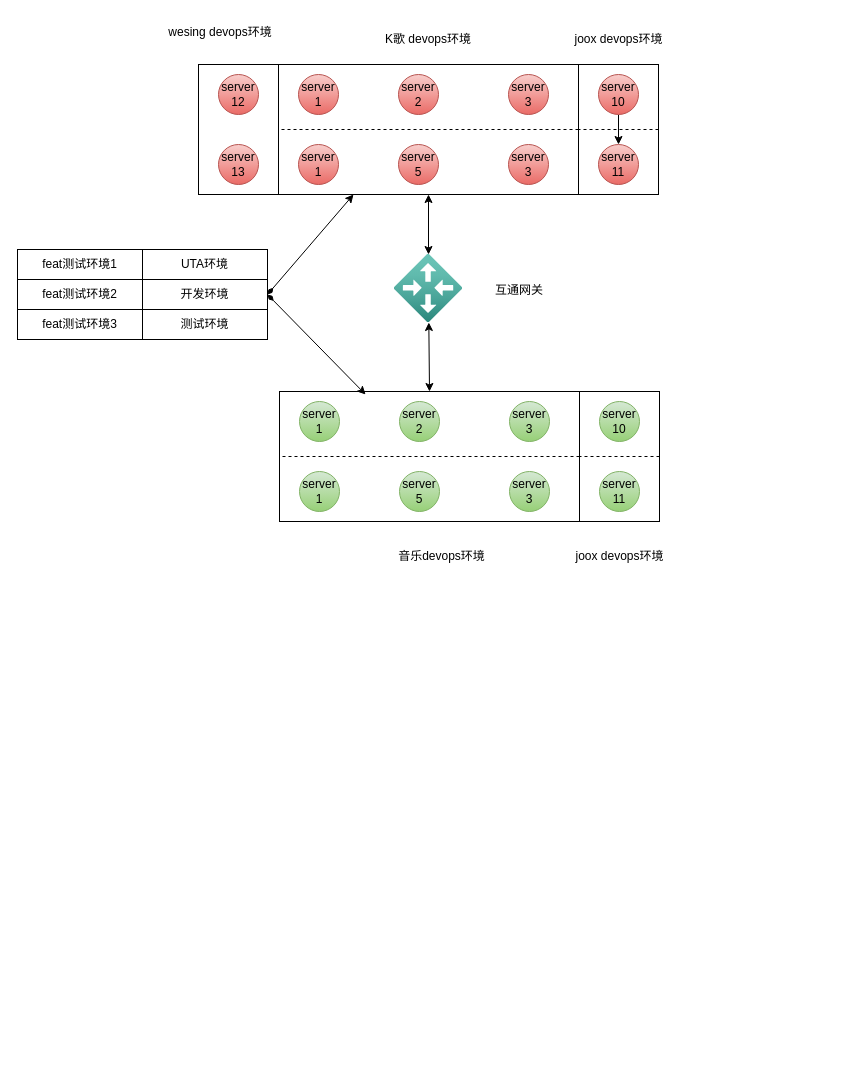
The draw.io diagram page "joox测试环境" (5 of 6) of sidecar.drawio in xinguai/asmshare, before the edit. Source tidied: cells renumbered, new cells numbered last; positions are measured from the earlier drawing's top-left corner, leaving out a move shared by most shapes. Both pictures are drawn from the tidied source at 100%, with x=0, y=0 at pixel (17, 17).
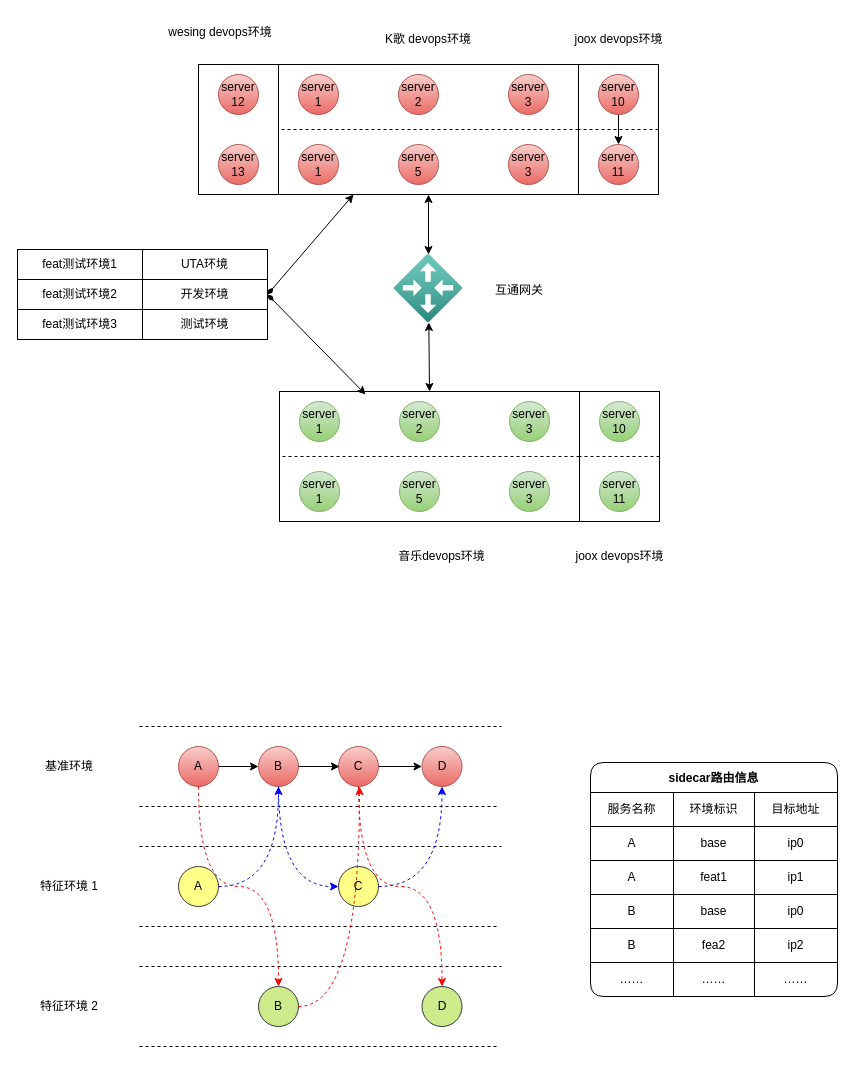
After the change.

What changed in the source:
```diff
@@
     <mxCell id="29" style="group;" parent="1" vertex="1">
-      <mxGeometry x="442" y="579" width="300" height="130" as="geometry" />
+      <mxGeometry x="442" y="579" width="300" height="90" as="geometry" />
     </mxCell>
@@
+    <mxCell id="54" style="group;" parent="1" vertex="1">
+      <mxGeometry x="22" y="709" width="462" height="80" as="geometry" />
+    </mxCell>
+    <mxCell id="55" style="edgeStyle=none;rounded=0;jettySize=auto;html=1;exitX=1;exitY=0.5;exitDx=0;exitDy=0;entryX=0;entryY=0.5;entryDx=0;entryDy=0;endArrow=classic;endFill=1;elbow=vertical;" parent="54" edge="1" source="56" target="57">
+      <mxGeometry relative="1" as="geometry" />
+    </mxCell>
+    <mxCell id="56" value="A" style="ellipse;whiteSpace=wrap;html=1;fillColor=#f8cecc;gradientColor=#ea6b66;strokeColor=#b85450;" parent="54" vertex="1">
+      <mxGeometry x="139" y="20" width="40" height="40" as="geometry" />
+    </mxCell>
+    <mxCell id="57" value="B" style="ellipse;whiteSpace=wrap;html=1;fillColor=#f8cecc;gradientColor=#ea6b66;strokeColor=#b85450;" parent="54" vertex="1">
+      <mxGeometry x="219" y="20" width="40" height="40" as="geometry" />
+    </mxCell>
+    <mxCell id="58" style="edgeStyle=none;rounded=0;jettySize=auto;html=1;exitX=1;exitY=0.5;exitDx=0;exitDy=0;entryX=0;entryY=0.5;entryDx=0;entryDy=0;endArrow=classic;endFill=1;elbow=vertical;" parent="54" edge="1" source="59" target="60">
+      <mxGeometry relative="1" as="geometry" />
+    </mxCell>
+    <mxCell id="59" value="C" style="ellipse;whiteSpace=wrap;html=1;fillColor=#f8cecc;gradientColor=#ea6b66;strokeColor=#b85450;" parent="54" vertex="1">
+      <mxGeometry x="299" y="20" width="40" height="40" as="geometry" />
+    </mxCell>
+    <mxCell id="60" value="D" style="ellipse;whiteSpace=wrap;html=1;fillColor=#f8cecc;gradientColor=#ea6b66;strokeColor=#b85450;" parent="54" vertex="1">
+      <mxGeometry x="382.5" y="20" width="40" height="40" as="geometry" />
+    </mxCell>
+    <mxCell id="61" style="edgeStyle=none;orthogonalLoop=1;jettySize=auto;html=1;rounded=0;endArrow=none;endFill=0;elbow=vertical;dashed=1;" parent="54" edge="1">
+      <mxGeometry relative="1" as="geometry">
+        <mxPoint x="100" as="sourcePoint" />
+        <mxPoint x="462" as="targetPoint" />
+      </mxGeometry>
+    </mxCell>
+    <mxCell id="62" style="edgeStyle=none;orthogonalLoop=1;jettySize=auto;html=1;rounded=0;endArrow=none;endFill=0;elbow=vertical;dashed=1;" parent="54" edge="1">
+      <mxGeometry relative="1" as="geometry">
+        <mxPoint x="100" y="80" as="sourcePoint" />
+        <mxPoint x="460" y="80" as="targetPoint" />
+      </mxGeometry>
+    </mxCell>
+    <mxCell id="63" value="基准环境" style="text;html=1;strokeColor=none;fillColor=none;align=center;verticalAlign=middle;whiteSpace=wrap;rounded=0;strokeWidth=1;" parent="54" vertex="1">
+      <mxGeometry y="25" width="60" height="30" as="geometry" />
+    </mxCell>
+    <mxCell id="64" style="group;" parent="1" vertex="1">
+      <mxGeometry x="22" y="829" width="462" height="80" as="geometry" />
+    </mxCell>
+    <mxCell id="65" value="A" style="ellipse;whiteSpace=wrap;html=1;fillColor=#ffff88;strokeColor=#36393d;" parent="64" vertex="1">
+      <mxGeometry x="139" y="20" width="40" height="40" as="geometry" />
+    </mxCell>
+    <mxCell id="66" value="C" style="ellipse;whiteSpace=wrap;html=1;fillColor=#ffff88;strokeColor=#36393d;" parent="64" vertex="1">
+      <mxGeometry x="299" y="20" width="40" height="40" as="geometry" />
+    </mxCell>
+    <mxCell id="67" style="edgeStyle=none;orthogonalLoop=1;jettySize=auto;html=1;rounded=0;endArrow=none;endFill=0;elbow=vertical;dashed=1;" parent="64" edge="1">
+      <mxGeometry relative="1" as="geometry">
+        <mxPoint x="100" as="sourcePoint" />
+        <mxPoint x="462" as="targetPoint" />
+      </mxGeometry>
+    </mxCell>
+    <mxCell id="68" style="edgeStyle=none;orthogonalLoop=1;jettySize=auto;html=1;rounded=0;endArrow=none;endFill=0;elbow=vertical;dashed=1;" parent="64" edge="1">
+      <mxGeometry relative="1" as="geometry">
+        <mxPoint x="100" y="80" as="sourcePoint" />
+        <mxPoint x="460" y="80" as="targetPoint" />
+      </mxGeometry>
+    </mxCell>
+    <mxCell id="69" value="特征环境 1" style="text;html=1;strokeColor=none;fillColor=none;align=center;verticalAlign=middle;whiteSpace=wrap;rounded=0;strokeWidth=1;" parent="64" vertex="1">
+      <mxGeometry y="25" width="60" height="30" as="geometry" />
+    </mxCell>
+    <mxCell id="70" style="group;" parent="1" vertex="1">
+      <mxGeometry x="22" y="949" width="462" height="80" as="geometry" />
+    </mxCell>
+    <mxCell id="71" value="B" style="ellipse;whiteSpace=wrap;html=1;fillColor=#cdeb8b;strokeColor=#36393d;" parent="70" vertex="1">
+      <mxGeometry x="219" y="20" width="40" height="40" as="geometry" />
+    </mxCell>
+    <mxCell id="72" value="D" style="ellipse;whiteSpace=wrap;html=1;fillColor=#cdeb8b;strokeColor=#36393d;" parent="70" vertex="1">
+      <mxGeometry x="382.5" y="20" width="40" height="40" as="geometry" />
+    </mxCell>
+    <mxCell id="73" style="edgeStyle=none;orthogonalLoop=1;jettySize=auto;html=1;rounded=0;endArrow=none;endFill=0;elbow=vertical;dashed=1;" parent="70" edge="1">
+      <mxGeometry relative="1" as="geometry">
+        <mxPoint x="100" as="sourcePoint" />
+        <mxPoint x="462" as="targetPoint" />
+      </mxGeometry>
+    </mxCell>
+    <mxCell id="74" style="edgeStyle=none;orthogonalLoop=1;jettySize=auto;html=1;rounded=0;endArrow=none;endFill=0;elbow=vertical;dashed=1;" parent="70" edge="1">
+      <mxGeometry relative="1" as="geometry">
+        <mxPoint x="100" y="80" as="sourcePoint" />
+        <mxPoint x="460" y="80" as="targetPoint" />
+      </mxGeometry>
+    </mxCell>
+    <mxCell id="75" value="特征环境 2" style="text;html=1;strokeColor=none;fillColor=none;align=center;verticalAlign=middle;whiteSpace=wrap;rounded=0;strokeWidth=1;" parent="70" vertex="1">
+      <mxGeometry y="25" width="60" height="30" as="geometry" />
+    </mxCell>
+    <mxCell id="76" style="edgeStyle=none;rounded=0;jettySize=auto;html=1;exitX=1;exitY=0.5;exitDx=0;exitDy=0;endArrow=classic;endFill=1;elbow=vertical;" parent="1" edge="1" source="57">
+      <mxGeometry relative="1" as="geometry">
+        <mxPoint x="322" y="749" as="targetPoint" />
+      </mxGeometry>
+    </mxCell>
+    <mxCell id="77" style="edgeStyle=orthogonalEdgeStyle;curved=1;rounded=0;jettySize=auto;html=1;exitX=1;exitY=0.5;exitDx=0;exitDy=0;entryX=0.5;entryY=1;entryDx=0;entryDy=0;endArrow=classic;endFill=1;elbow=vertical;fillColor=#ffff88;strokeColor=#0000FF;strokeWidth=1;dashed=1;" parent="1" edge="1" source="65" target="57">
+      <mxGeometry relative="1" as="geometry" />
+    </mxCell>
+    <mxCell id="78" style="edgeStyle=orthogonalEdgeStyle;curved=1;rounded=0;jettySize=auto;html=1;exitX=1;exitY=0.5;exitDx=0;exitDy=0;dashed=1;endArrow=classic;endFill=1;elbow=vertical;strokeColor=#FF0000;" parent="1" edge="1" source="71">
+      <mxGeometry relative="1" as="geometry">
+        <mxPoint x="342" y="769" as="targetPoint" />
+      </mxGeometry>
+    </mxCell>
+    <mxCell id="79" style="edgeStyle=orthogonalEdgeStyle;curved=1;rounded=0;jettySize=auto;html=1;exitX=0.5;exitY=1;exitDx=0;exitDy=0;entryX=0;entryY=0.5;entryDx=0;entryDy=0;dashed=1;endArrow=classic;endFill=1;elbow=vertical;strokeColor=#0000FF;" parent="1" edge="1" source="57" target="66">
+      <mxGeometry relative="1" as="geometry" />
+    </mxCell>
+    <mxCell id="80" style="edgeStyle=orthogonalEdgeStyle;curved=1;rounded=0;jettySize=auto;html=1;exitX=0.5;exitY=1;exitDx=0;exitDy=0;dashed=1;endArrow=classic;endFill=1;elbow=vertical;strokeColor=#FF0000;" parent="1" edge="1" source="59" target="72">
+      <mxGeometry relative="1" as="geometry" />
+    </mxCell>
+    <mxCell id="81" style="edgeStyle=orthogonalEdgeStyle;curved=1;rounded=0;jettySize=auto;html=1;exitX=0.5;exitY=1;exitDx=0;exitDy=0;dashed=1;endArrow=classic;endFill=1;elbow=vertical;strokeColor=#FF0000;" parent="1" edge="1" source="56" target="71">
+      <mxGeometry relative="1" as="geometry" />
+    </mxCell>
+    <mxCell id="82" style="edgeStyle=orthogonalEdgeStyle;curved=1;rounded=0;jettySize=auto;html=1;exitX=1;exitY=0.5;exitDx=0;exitDy=0;entryX=0.5;entryY=1;entryDx=0;entryDy=0;dashed=1;strokeColor=#0000FF;strokeWidth=1;endArrow=classic;endFill=1;elbow=vertical;" parent="1" edge="1" source="66" target="60">
+      <mxGeometry relative="1" as="geometry" />
+    </mxCell>
+    <mxCell id="83" value="sidecar路由信息" style="shape=table;startSize=30;childLayout=tableLayout;fontStyle=1;align=center;rounded=1;strokeColor=#000000;strokeWidth=1;fillColor=#FFFFFF;rowLines=1;resizeLastRow=0;" parent="1" vertex="1">
+      <mxGeometry x="573" y="745" width="247" height="234" as="geometry" />
+    </mxCell>
+    <mxCell id="84" style="shape=tableRow;horizontal=0;startSize=0;swimlaneHead=0;swimlaneBody=0;top=0;left=0;bottom=0;right=0;fillColor=none;rounded=1;strokeColor=#000000;strokeWidth=1;" parent="83" vertex="1">
+      <mxGeometry y="30" width="247" height="34" as="geometry" />
+    </mxCell>
+    <mxCell id="85" value="服务名称" style="shape=partialRectangle;html=1;whiteSpace=wrap;fillColor=none;top=0;left=0;bottom=0;right=0;overflow=hidden;rounded=1;strokeColor=#000000;strokeWidth=1;" parent="84" vertex="1">
+      <mxGeometry width="83" height="34" as="geometry" />
+    </mxCell>
+    <mxCell id="86" value="环境标识" style="shape=partialRectangle;html=1;whiteSpace=wrap;fillColor=none;top=0;left=0;bottom=0;right=0;overflow=hidden;rounded=1;strokeColor=#000000;strokeWidth=1;" parent="84" vertex="1">
+      <mxGeometry x="83" width="81" height="34" as="geometry" />
+    </mxCell>
+    <mxCell id="87" value="目标地址" style="shape=partialRectangle;html=1;whiteSpace=wrap;fillColor=none;top=0;left=0;bottom=0;right=0;overflow=hidden;rounded=1;strokeColor=#000000;strokeWidth=1;" parent="84" vertex="1">
+      <mxGeometry x="164" width="83" height="34" as="geometry" />
+    </mxCell>
+    <mxCell id="88" style="shape=tableRow;horizontal=0;startSize=0;swimlaneHead=0;swimlaneBody=0;top=0;left=0;bottom=0;right=0;fillColor=none;rounded=1;strokeColor=#000000;strokeWidth=1;" parent="83" vertex="1">
+      <mxGeometry y="64" width="247" height="34" as="geometry" />
+    </mxCell>
+    <mxCell id="89" value="A" style="shape=partialRectangle;html=1;whiteSpace=wrap;fillColor=none;top=0;left=0;bottom=0;right=0;overflow=hidden;rounded=1;strokeColor=#000000;strokeWidth=1;" parent="88" vertex="1">
+      <mxGeometry width="83" height="34" as="geometry" />
+    </mxCell>
+    <mxCell id="90" value="base" style="shape=partialRectangle;html=1;whiteSpace=wrap;fillColor=none;top=0;left=0;bottom=0;right=0;overflow=hidden;rounded=1;strokeColor=#000000;strokeWidth=1;" parent="88" vertex="1">
+      <mxGeometry x="83" width="81" height="34" as="geometry" />
+    </mxCell>
+    <mxCell id="91" value="ip0" style="shape=partialRectangle;html=1;whiteSpace=wrap;fillColor=none;top=0;left=0;bottom=0;right=0;overflow=hidden;rounded=1;strokeColor=#000000;strokeWidth=1;" parent="88" vertex="1">
+      <mxGeometry x="164" width="83" height="34" as="geometry" />
+    </mxCell>
+    <mxCell id="92" style="shape=tableRow;horizontal=0;startSize=0;swimlaneHead=0;swimlaneBody=0;top=0;left=0;bottom=0;right=0;fillColor=none;rounded=1;strokeColor=#000000;strokeWidth=1;" parent="83" vertex="1">
+      <mxGeometry y="98" width="247" height="34" as="geometry" />
+    </mxCell>
+    <mxCell id="93" value="A" style="shape=partialRectangle;html=1;whiteSpace=wrap;fillColor=none;top=0;left=0;bottom=0;right=0;overflow=hidden;rounded=1;strokeColor=#000000;strokeWidth=1;" parent="92" vertex="1">
+      <mxGeometry width="83" height="34" as="geometry" />
+    </mxCell>
+    <mxCell id="94" value="feat1" style="shape=partialRectangle;html=1;whiteSpace=wrap;fillColor=none;top=0;left=0;bottom=0;right=0;overflow=hidden;rounded=1;strokeColor=#000000;strokeWidth=1;" parent="92" vertex="1">
+      <mxGeometry x="83" width="81" height="34" as="geometry" />
+    </mxCell>
+    <mxCell id="95" value="ip1" style="shape=partialRectangle;html=1;whiteSpace=wrap;fillColor=none;top=0;left=0;bottom=0;right=0;overflow=hidden;rounded=1;strokeColor=#000000;strokeWidth=1;" parent="92" vertex="1">
+      <mxGeometry x="164" width="83" height="34" as="geometry" />
+    </mxCell>
+    <mxCell id="96" style="shape=tableRow;horizontal=0;startSize=0;swimlaneHead=0;swimlaneBody=0;top=0;left=0;bottom=0;right=0;fillColor=none;rounded=1;strokeColor=#000000;strokeWidth=1;" parent="83" vertex="1">
+      <mxGeometry y="132" width="247" height="34" as="geometry" />
+    </mxCell>
+    <mxCell id="97" value="B" style="shape=partialRectangle;html=1;whiteSpace=wrap;fillColor=none;top=0;left=0;bottom=0;right=0;overflow=hidden;rounded=1;strokeColor=#000000;strokeWidth=1;" parent="96" vertex="1">
+      <mxGeometry width="83" height="34" as="geometry" />
+    </mxCell>
+    <mxCell id="98" value="base" style="shape=partialRectangle;html=1;whiteSpace=wrap;fillColor=none;top=0;left=0;bottom=0;right=0;overflow=hidden;rounded=1;strokeColor=#000000;strokeWidth=1;" parent="96" vertex="1">
+      <mxGeometry x="83" width="81" height="34" as="geometry" />
+    </mxCell>
+    <mxCell id="99" value="ip0" style="shape=partialRectangle;html=1;whiteSpace=wrap;fillColor=none;top=0;left=0;bottom=0;right=0;overflow=hidden;rounded=1;strokeColor=#000000;strokeWidth=1;" parent="96" vertex="1">
+      <mxGeometry x="164" width="83" height="34" as="geometry" />
+    </mxCell>
+    <mxCell id="100" style="shape=tableRow;horizontal=0;startSize=0;swimlaneHead=0;swimlaneBody=0;top=0;left=0;bottom=0;right=0;fillColor=none;rounded=1;strokeColor=#000000;strokeWidth=1;" parent="83" vertex="1">
+      <mxGeometry y="166" width="247" height="34" as="geometry" />
+    </mxCell>
+    <mxCell id="101" value="B" style="shape=partialRectangle;html=1;whiteSpace=wrap;fillColor=none;top=0;left=0;bottom=0;right=0;overflow=hidden;rounded=1;strokeColor=#000000;strokeWidth=1;" parent="100" vertex="1">
+      <mxGeometry width="83" height="34" as="geometry" />
+    </mxCell>
+    <mxCell id="102" value="fea2" style="shape=partialRectangle;html=1;whiteSpace=wrap;fillColor=none;top=0;left=0;bottom=0;right=0;overflow=hidden;rounded=1;strokeColor=#000000;strokeWidth=1;" parent="100" vertex="1">
+      <mxGeometry x="83" width="81" height="34" as="geometry" />
+    </mxCell>
+    <mxCell id="103" value="ip2" style="shape=partialRectangle;html=1;whiteSpace=wrap;fillColor=none;top=0;left=0;bottom=0;right=0;overflow=hidden;rounded=1;strokeColor=#000000;strokeWidth=1;" parent="100" vertex="1">
+      <mxGeometry x="164" width="83" height="34" as="geometry" />
+    </mxCell>
+    <mxCell id="104" style="shape=tableRow;horizontal=0;startSize=0;swimlaneHead=0;swimlaneBody=0;top=0;left=0;bottom=0;right=0;fillColor=none;rounded=1;strokeColor=#000000;strokeWidth=1;" parent="83" vertex="1">
+      <mxGeometry y="200" width="247" height="34" as="geometry" />
+    </mxCell>
+    <mxCell id="105" value="……" style="shape=partialRectangle;html=1;whiteSpace=wrap;fillColor=none;top=0;left=0;bottom=0;right=0;overflow=hidden;rounded=1;strokeColor=#000000;strokeWidth=1;" parent="104" vertex="1">
+      <mxGeometry width="83" height="34" as="geometry" />
+    </mxCell>
+    <mxCell id="106" value="……" style="shape=partialRectangle;html=1;whiteSpace=wrap;fillColor=none;top=0;left=0;bottom=0;right=0;overflow=hidden;rounded=1;strokeColor=#000000;strokeWidth=1;" parent="104" vertex="1">
+      <mxGeometry x="83" width="81" height="34" as="geometry" />
+    </mxCell>
+    <mxCell id="107" value="……" style="shape=partialRectangle;html=1;whiteSpace=wrap;fillColor=none;top=0;left=0;bottom=0;right=0;overflow=hidden;rounded=1;strokeColor=#000000;strokeWidth=1;" parent="104" vertex="1">
+      <mxGeometry x="164" width="83" height="34" as="geometry" />
+    </mxCell>
```
